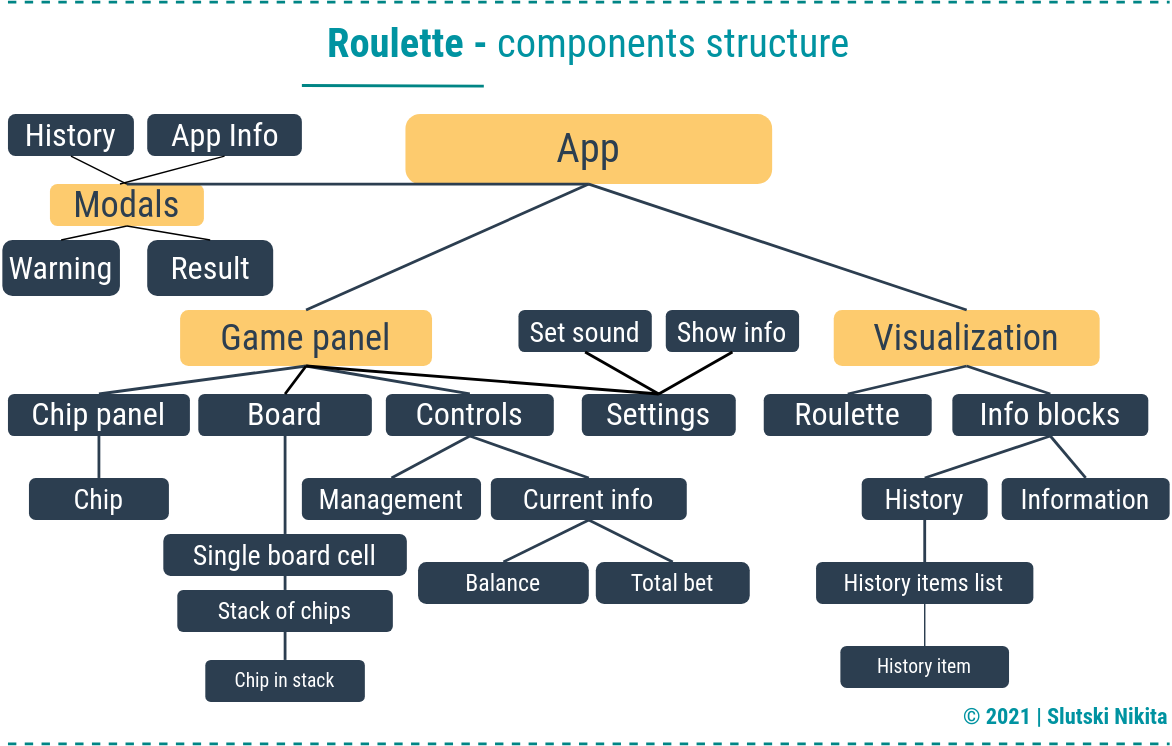
The draw.io diagram course-work/roulette/components-scheme-demo.svg in user-of-github/evo-ts-bootcamp, before a commit. Source tidied: cells renumbered, new cells last; positions are measured from the earlier drawing's top-left corner, leaving out a move shared by most shapes.
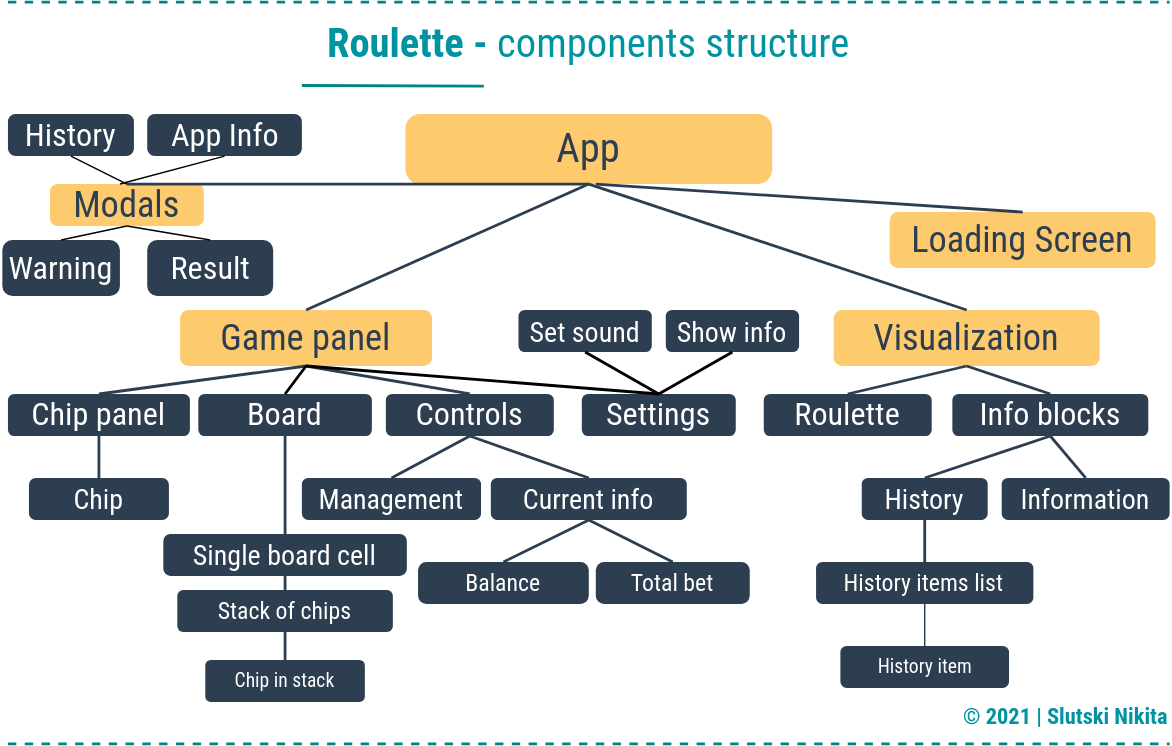
The same file after the commit.

What changed in the source:
```diff
@@ -193,5 +193,13 @@
     <mxCell id="61" value="&lt;div style=&quot;background-color: rgb(255, 255, 255); color: rgb(32, 32, 32); font-size: 16px;&quot;&gt;&lt;span style=&quot;color: rgb(0, 147, 161); font-size: 16px;&quot;&gt;&lt;font style=&quot;font-size: 16px;&quot;&gt;© 2021 | Slutski Nikita&lt;/font&gt;&lt;/span&gt;&lt;/div&gt;" style="text;html=1;strokeColor=none;fillColor=none;align=right;verticalAlign=middle;whiteSpace=wrap;rounded=0;fontSize=16;fontFamily=Roboto Condensed;fontSource=https%3A%2F%2Ffonts.googleapis.com%2Fcss%3Ffamily%3DRoboto%2BCondensed;fontStyle=1;" parent="1" vertex="1">
       <mxGeometry x="323.5" y="500" width="510.5" height="20" as="geometry" />
     </mxCell>
+    <mxCell id="62" value="Loading Screen" style="rounded=1;whiteSpace=wrap;html=1;fontSize=26;fontFamily=Roboto Condensed;fontSource=https%3A%2F%2Ffonts.googleapis.com%2Fcss%3Ffamily%3DRoboto%2BCondensed;strokeWidth=2;fontStyle=0;fillColor=#FDCB6E;fontColor=#2C3E50;strokeColor=none;" parent="1" vertex="1">
+      <mxGeometry x="634" y="150" width="190" height="40" as="geometry" />
+    </mxCell>
+    <mxCell id="63" style="endArrow=none;html=1;fontSize=23;entryX=0.5;entryY=0;entryDx=0;entryDy=0;strokeWidth=2;strokeColor=#2c3e50;" parent="1" edge="1" target="62">
+      <mxGeometry relative="1" as="geometry">
+        <mxPoint x="424" y="130" as="sourcePoint" />
+      </mxGeometry>
+    </mxCell>
   </root>
 </mxGraphModel>
```
